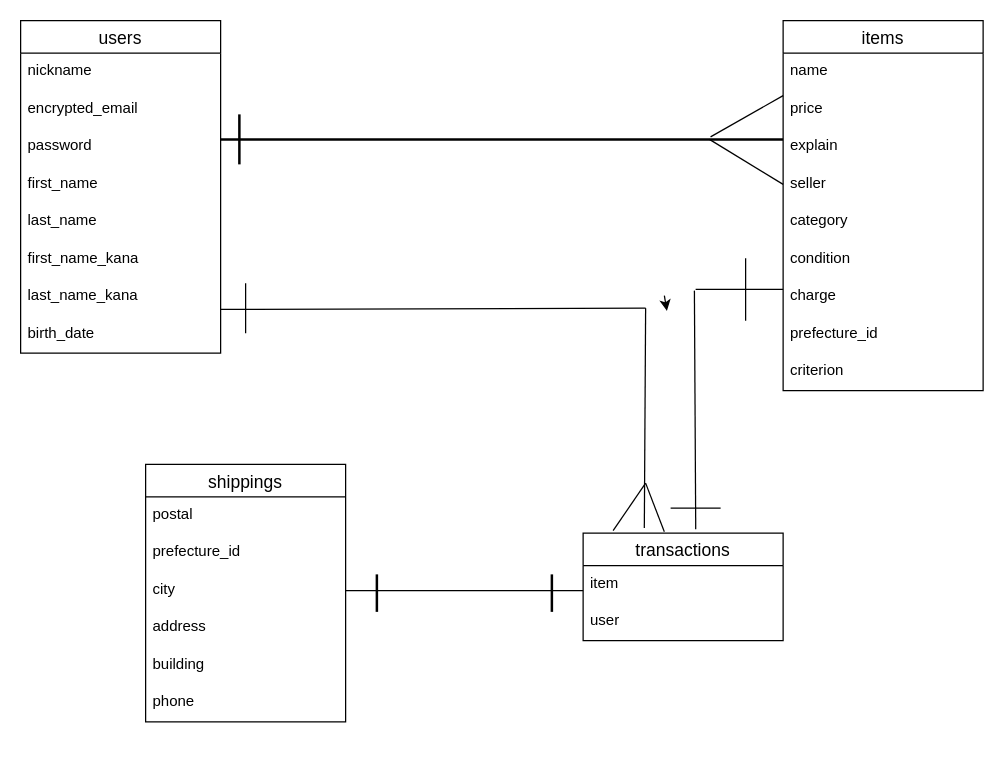
Above: Er.dio in ShuntaroKishida/furima-39624 (draw.io), before the change. Source tidied: cells renumbered, new cells numbered last; positions are measured from the earlier drawing's top-left corner, leaving out a move shared by most shapes. Both pictures are drawn from the tidied source at 125%, with x=0, y=0 at pixel (20, 20).
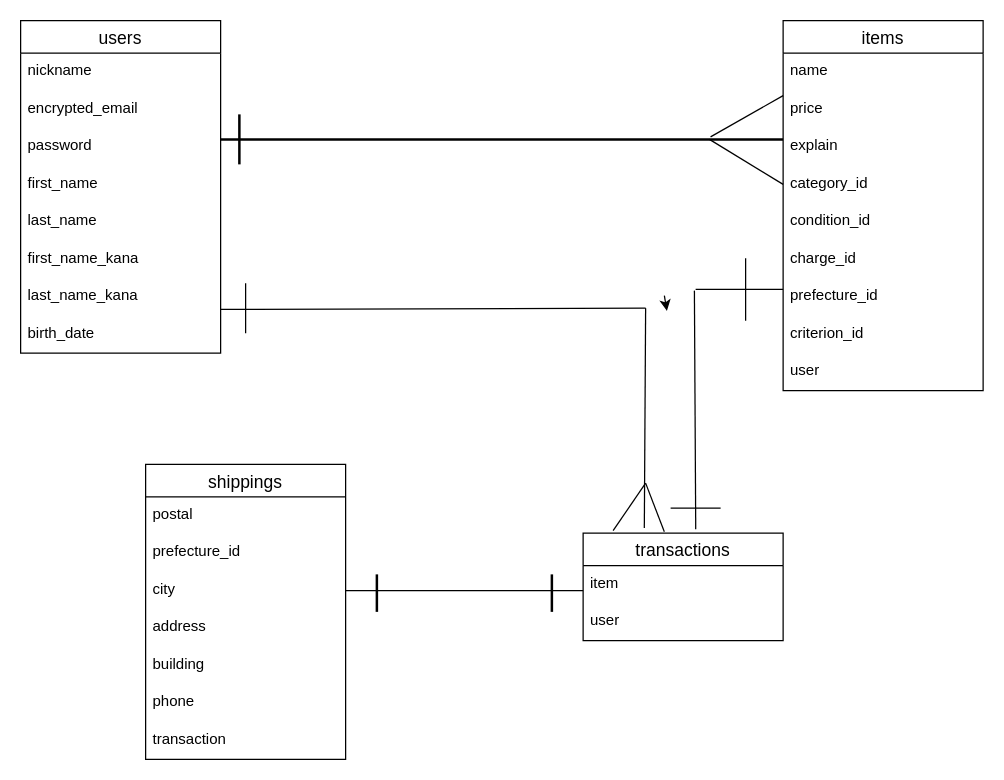
The same diagram, later.

Unchanged cells that the change refers to:
```xml
<mxCell id="11" value="items" style="swimlane;fontStyle=0;horizontal=1;startSize=26;align=center;fontSize=14;" parent="1" vertex="1">
  <mxGeometry x="610" width="160" height="296" as="geometry" />
</mxCell>
<mxCell id="34" style="line;strokeWidth=2;html=1;" parent="1" vertex="1">
  <mxGeometry x="160" y="90" width="450" height="10" as="geometry" />
</mxCell>
```

Change to the diagram source:
```diff
@@
-    <mxCell id="15" value="seller" style="text;strokeColor=none;fillColor=none;spacingLeft=4;spacingRight=4;overflow=hidden;points=[[0,0.5],[1,0.5]];portConstraint=eastwest;fontSize=12;" parent="11" vertex="1">
-      <mxGeometry y="116" width="160" height="30" as="geometry" />
-    </mxCell>
-    <mxCell id="16" value="category" style="text;strokeColor=none;fillColor=none;spacingLeft=4;spacingRight=4;overflow=hidden;fontSize=12;" parent="11" vertex="1">
-      <mxGeometry y="146" width="160" height="30" as="geometry" />
+    <mxCell id="16" value="category_id" style="text;strokeColor=none;fillColor=none;spacingLeft=4;spacingRight=4;overflow=hidden;fontSize=12;" parent="11" vertex="1">
+      <mxGeometry y="116" width="160" height="30" as="geometry" />
     </mxCell>
-    <mxCell id="17" value="condition" style="text;strokeColor=none;fillColor=none;spacingLeft=4;spacingRight=4;overflow=hidden;fontSize=12;" parent="11" vertex="1">
-      <mxGeometry y="176" width="160" height="30" as="geometry" />
+    <mxCell id="17" value="condition_id" style="text;strokeColor=none;fillColor=none;spacingLeft=4;spacingRight=4;overflow=hidden;fontSize=12;" parent="11" vertex="1">
+      <mxGeometry y="146" width="160" height="30" as="geometry" />
     </mxCell>
-    <mxCell id="18" value="charge" style="text;strokeColor=none;fillColor=none;spacingLeft=4;spacingRight=4;overflow=hidden;fontSize=12;" parent="11" vertex="1">
-      <mxGeometry y="206" width="160" height="30" as="geometry" />
+    <mxCell id="18" value="charge_id" style="text;strokeColor=none;fillColor=none;spacingLeft=4;spacingRight=4;overflow=hidden;fontSize=12;" parent="11" vertex="1">
+      <mxGeometry y="176" width="160" height="30" as="geometry" />
     </mxCell>
     <mxCell id="19" value="prefecture_id" style="text;strokeColor=none;fillColor=none;spacingLeft=4;spacingRight=4;overflow=hidden;fontSize=12;" parent="11" vertex="1">
-      <mxGeometry y="236" width="160" height="30" as="geometry" />
+      <mxGeometry y="206" width="160" height="30" as="geometry" />
     </mxCell>
-    <mxCell id="20" value="criterion" style="text;strokeColor=none;fillColor=none;spacingLeft=4;spacingRight=4;overflow=hidden;fontSize=12;" parent="11" vertex="1">
-      <mxGeometry y="266" width="160" height="30" as="geometry" />
+    <mxCell id="20" value="criterion_id" style="text;strokeColor=none;fillColor=none;spacingLeft=4;spacingRight=4;overflow=hidden;fontSize=12;" parent="11" vertex="1">
+      <mxGeometry y="236" width="160" height="30" as="geometry" />
     </mxCell>
+    <mxCell id="48" value="user" style="text;strokeColor=none;fillColor=none;spacingLeft=4;spacingRight=4;overflow=hidden;fontSize=12;" parent="11" vertex="1">
+      <mxGeometry y="266" width="160" height="30" as="geometry" />
+    </mxCell>
@@
     <mxCell id="24" value="shippings" style="swimlane;fontStyle=0;horizontal=1;startSize=26;align=center;fontSize=14;" parent="1" vertex="1">
-      <mxGeometry x="100" y="355" width="160" height="206" as="geometry" />
+      <mxGeometry x="100" y="355" width="160" height="236" as="geometry" />
     </mxCell>
@@
+    <mxCell id="49" value="transaction" style="text;strokeColor=none;fillColor=none;spacingLeft=4;spacingRight=4;overflow=hidden;fontSize=12;" parent="24" vertex="1">
+      <mxGeometry y="206" width="160" height="30" as="geometry" />
+    </mxCell>
@@
-    <mxCell id="37" style="endArrow=none;html=1;rounded=0;exitX=0.869;exitY=0.5;exitDx=0;exitDy=0;exitPerimeter=0;entryX=0;entryY=0.5;entryDx=0;entryDy=0;" parent="1" edge="1" source="34" target="15">
-      <mxGeometry relative="1" as="geometry" />
+    <mxCell id="37" style="endArrow=none;html=1;rounded=0;exitX=0.869;exitY=0.5;exitDx=0;exitDy=0;exitPerimeter=0;entryX=0;entryY=0.5;entryDx=0;entryDy=0;" parent="1" edge="1" source="34">
+      <mxGeometry relative="1" as="geometry">
+        <mxPoint x="610" y="131" as="targetPoint" />
+      </mxGeometry>
     </mxCell>
```
